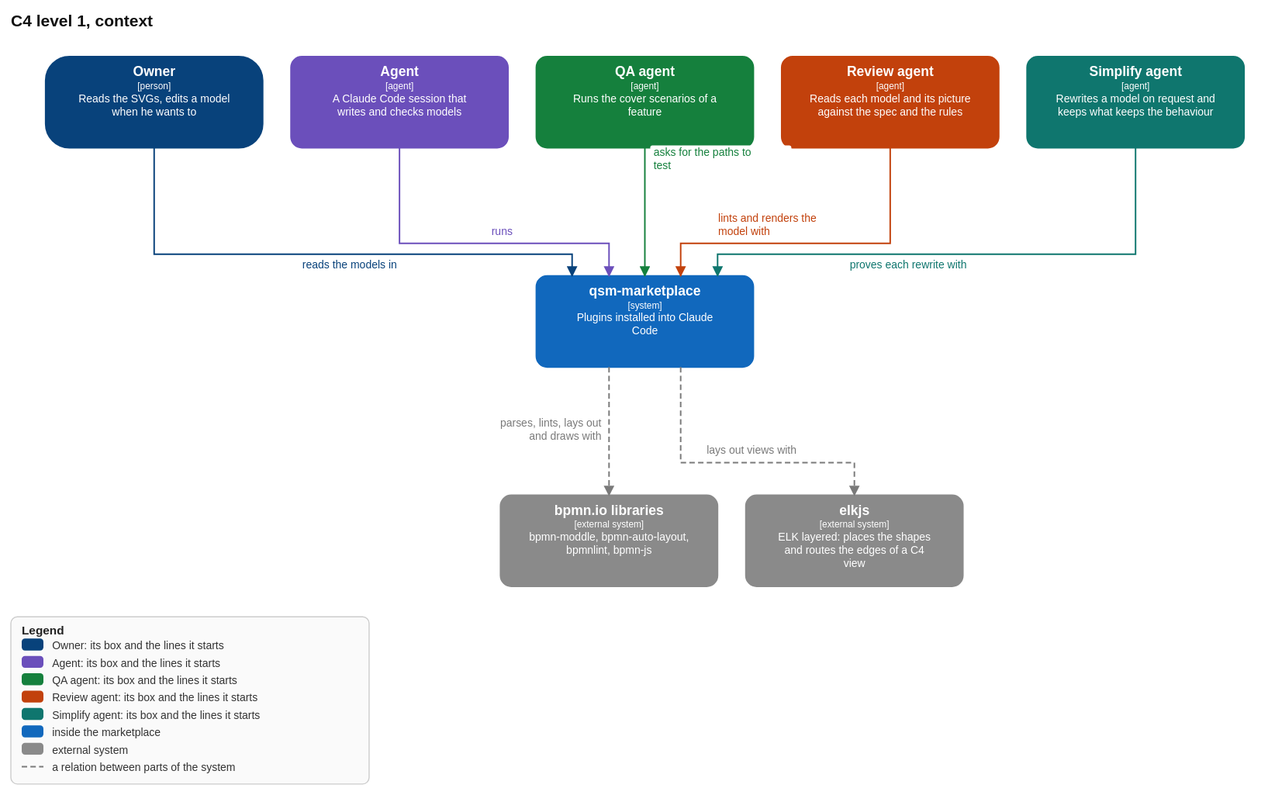
This is openspec/changes/strict-visual-models/models/qsm-models.context.drawio.svg from qsmark-labs/qsm-marketplace, a draw.io export, as it was before one commit. Source tidied: cells renumbered, new cells last; positions are measured from the earlier drawing's top-left corner, leaving out a move shared by most shapes.
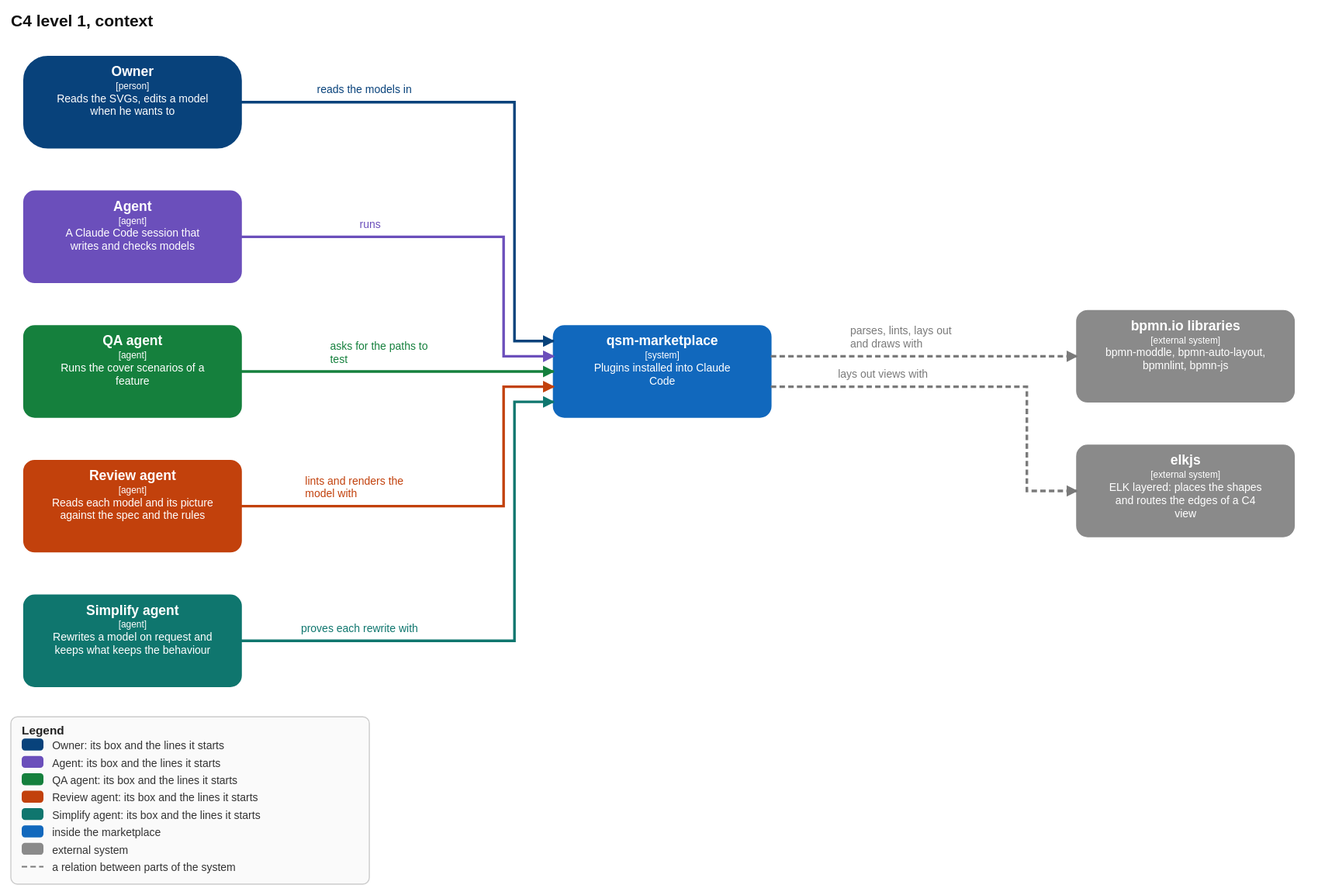
Later version of the same file.

Diff of the diagram source:
```diff
@@ -4,100 +4,100 @@
     <mxCell id="1" parent="0" />
     <object id="2" label="&lt;b&gt;%c4Name%&lt;/b&gt;&lt;div&gt;[%c4Type%%c4TechnologySep%%c4Technology%]&lt;/div&gt;&lt;div style=&quot;font-size:11px&quot;&gt;%c4Description%&lt;/div&gt;" c4Colour="navy" c4Description="Reads the SVGs, edits a model when he wants to" c4Id="owner" c4Name="Owner" c4Tags="" c4Technology="" c4TechnologySep="" c4Type="Person" placeholders="1">
       <mxCell style="rounded=1;whiteSpace=wrap;html=1;arcSize=26;fillColor=#08427b;strokeColor=#08427b;fontColor=#ffffff;" parent="1" vertex="1">
-        <mxGeometry width="200" height="84" as="geometry" />
+        <mxGeometry x="-20" width="200" height="84" as="geometry" />
       </mxCell>
     </object>
     <object id="3" label="&lt;b&gt;%c4Name%&lt;/b&gt;&lt;div&gt;[%c4Type%%c4TechnologySep%%c4Technology%]&lt;/div&gt;&lt;div style=&quot;font-size:11px&quot;&gt;%c4Description%&lt;/div&gt;" c4Colour="purple" c4Description="A Claude Code session that writes and checks models" c4Id="agent" c4Name="Agent" c4Tags="agent" c4Technology="" c4TechnologySep="" c4Type="Software System" placeholders="1">
       <mxCell style="rounded=1;whiteSpace=wrap;html=1;arcSize=10;fillColor=#6b4fbb;strokeColor=#6b4fbb;fontColor=#ffffff;" parent="1" vertex="1">
-        <mxGeometry x="226" width="200" height="84" as="geometry" />
+        <mxGeometry x="-20" y="124" width="200" height="84" as="geometry" />
       </mxCell>
     </object>
     <object id="4" label="&lt;b&gt;%c4Name%&lt;/b&gt;&lt;div&gt;[%c4Type%%c4TechnologySep%%c4Technology%]&lt;/div&gt;&lt;div style=&quot;font-size:11px&quot;&gt;%c4Description%&lt;/div&gt;" c4Colour="green" c4Description="Runs the cover scenarios of a feature" c4Id="qa" c4Name="QA agent" c4Tags="agent" c4Technology="" c4TechnologySep="" c4Type="Software System" placeholders="1">
       <mxCell style="rounded=1;whiteSpace=wrap;html=1;arcSize=10;fillColor=#15803d;strokeColor=#15803d;fontColor=#ffffff;" parent="1" vertex="1">
-        <mxGeometry x="452" width="200" height="84" as="geometry" />
+        <mxGeometry x="-20" y="248" width="200" height="84" as="geometry" />
       </mxCell>
     </object>
     <object id="5" label="&lt;b&gt;%c4Name%&lt;/b&gt;&lt;div&gt;[%c4Type%%c4TechnologySep%%c4Technology%]&lt;/div&gt;&lt;div style=&quot;font-size:11px&quot;&gt;%c4Description%&lt;/div&gt;" c4Colour="orange" c4Description="Reads each model and its picture against the spec and the rules" c4Id="reviewer" c4Name="Review agent" c4Tags="agent" c4Technology="" c4TechnologySep="" c4Type="Software System" placeholders="1">
       <mxCell style="rounded=1;whiteSpace=wrap;html=1;arcSize=10;fillColor=#c2410c;strokeColor=#c2410c;fontColor=#ffffff;" parent="1" vertex="1">
-        <mxGeometry x="678" width="200" height="84" as="geometry" />
+        <mxGeometry x="-20" y="372" width="200" height="84" as="geometry" />
       </mxCell>
     </object>
     <object id="6" label="&lt;b&gt;%c4Name%&lt;/b&gt;&lt;div&gt;[%c4Type%%c4TechnologySep%%c4Technology%]&lt;/div&gt;&lt;div style=&quot;font-size:11px&quot;&gt;%c4Description%&lt;/div&gt;" c4Colour="teal" c4Description="Rewrites a model on request and keeps what keeps the behaviour" c4Id="simplifier" c4Name="Simplify agent" c4Tags="agent" c4Technology="" c4TechnologySep="" c4Type="Software System" placeholders="1">
       <mxCell style="rounded=1;whiteSpace=wrap;html=1;arcSize=10;fillColor=#0f766e;strokeColor=#0f766e;fontColor=#ffffff;" parent="1" vertex="1">
-        <mxGeometry x="904" width="200" height="84" as="geometry" />
+        <mxGeometry x="-20" y="496" width="200" height="84" as="geometry" />
       </mxCell>
     </object>
     <object id="7" label="&lt;b&gt;%c4Name%&lt;/b&gt;&lt;div&gt;[%c4Type%%c4TechnologySep%%c4Technology%]&lt;/div&gt;&lt;div style=&quot;font-size:11px&quot;&gt;%c4Description%&lt;/div&gt;" c4Description="ELK layered: places the shapes and routes the edges of a C4 view" c4Id="elk" c4Name="elkjs" c4Tags="external" c4Technology="" c4TechnologySep="" c4Type="Software System" placeholders="1">
       <mxCell style="rounded=1;whiteSpace=wrap;html=1;arcSize=10;fillColor=#8a8a8a;strokeColor=#8a8a8a;fontColor=#ffffff;" parent="1" vertex="1">
-        <mxGeometry x="645" y="404" width="200" height="84" as="geometry" />
+        <mxGeometry x="949.3" y="358" width="200" height="84" as="geometry" />
       </mxCell>
     </object>
     <object id="8" label="&lt;b&gt;%c4Name%&lt;/b&gt;&lt;div&gt;[%c4Type%%c4TechnologySep%%c4Technology%]&lt;/div&gt;&lt;div style=&quot;font-size:11px&quot;&gt;%c4Description%&lt;/div&gt;" c4Description="bpmn-moddle, bpmn-auto-layout, bpmnlint, bpmn-js" c4Id="bpmnio" c4Name="bpmn.io libraries" c4Tags="external" c4Technology="" c4TechnologySep="" c4Type="Software System" placeholders="1">
       <mxCell style="rounded=1;whiteSpace=wrap;html=1;arcSize=10;fillColor=#8a8a8a;strokeColor=#8a8a8a;fontColor=#ffffff;" parent="1" vertex="1">
-        <mxGeometry x="419" y="404" width="200" height="84" as="geometry" />
+        <mxGeometry x="949.3" y="234" width="200" height="84" as="geometry" />
       </mxCell>
     </object>
     <object id="9" label="&lt;b&gt;%c4Name%&lt;/b&gt;&lt;div&gt;[%c4Type%%c4TechnologySep%%c4Technology%]&lt;/div&gt;&lt;div style=&quot;font-size:11px&quot;&gt;%c4Description%&lt;/div&gt;" c4Description="Plugins installed into Claude Code" c4Id="mp" c4Name="qsm-marketplace" c4Tags="" c4Technology="" c4TechnologySep="" c4Type="Software System" placeholders="1">
       <mxCell style="rounded=1;whiteSpace=wrap;html=1;arcSize=10;fillColor=#1168bd;strokeColor=#1168bd;fontColor=#ffffff;" parent="1" vertex="1">
-        <mxGeometry x="452" y="202" width="200" height="84" as="geometry" />
+        <mxGeometry x="467.6" y="248" width="200" height="84" as="geometry" />
       </mxCell>
     </object>
     <object id="10" label="%c4Description%" c4Description="runs" c4Type="Relationship" placeholders="1">
-      <mxCell style="edgeStyle=orthogonalEdgeStyle;rounded=1;endArrow=blockThin;endFill=1;html=1;fontSize=10;strokeColor=#6b4fbb;fontColor=#6b4fbb;strokeWidth=1.4;" parent="1" edge="1" source="3" target="9">
+      <mxCell style="edgeStyle=orthogonalEdgeStyle;rounded=1;endArrow=blockThin;endFill=1;html=1;fontSize=10;strokeColor=#6b4fbb;fontColor=#6b4fbb;strokeWidth=2.4;" parent="1" edge="1" source="3" target="9">
         <mxGeometry relative="1" as="geometry">
           <Array as="points">
-            <mxPoint x="326" y="172" />
-            <mxPoint x="519" y="172" />
+            <mxPoint x="421.6" y="166" />
+            <mxPoint x="421.6" y="276" />
           </Array>
         </mxGeometry>
       </mxCell>
     </object>
     <object id="11" label="%c4Description%" c4Description="asks for the paths to test" c4Type="Relationship" placeholders="1">
-      <mxCell style="edgeStyle=orthogonalEdgeStyle;rounded=1;endArrow=blockThin;endFill=1;html=1;fontSize=10;strokeColor=#15803d;fontColor=#15803d;strokeWidth=1.4;" parent="1" edge="1" source="4" target="9">
+      <mxCell style="edgeStyle=orthogonalEdgeStyle;rounded=1;endArrow=blockThin;endFill=1;html=1;fontSize=10;strokeColor=#15803d;fontColor=#15803d;strokeWidth=2.4;" parent="1" edge="1" source="4" target="9">
         <mxGeometry relative="1" as="geometry" />
       </mxCell>
     </object>
     <object id="12" label="%c4Description%" c4Description="lints and renders the model with" c4Type="Relationship" placeholders="1">
-      <mxCell style="edgeStyle=orthogonalEdgeStyle;rounded=1;endArrow=blockThin;endFill=1;html=1;fontSize=10;strokeColor=#c2410c;fontColor=#c2410c;strokeWidth=1.4;" parent="1" edge="1" source="5" target="9">
+      <mxCell style="edgeStyle=orthogonalEdgeStyle;rounded=1;endArrow=blockThin;endFill=1;html=1;fontSize=10;strokeColor=#c2410c;fontColor=#c2410c;strokeWidth=2.4;" parent="1" edge="1" source="5" target="9">
         <mxGeometry relative="1" as="geometry">
           <Array as="points">
-            <mxPoint x="778" y="172" />
-            <mxPoint x="585" y="172" />
+            <mxPoint x="421.6" y="414" />
+            <mxPoint x="421.6" y="304" />
           </Array>
         </mxGeometry>
       </mxCell>
     </object>
     <object id="13" label="%c4Description%" c4Description="proves each rewrite with" c4Type="Relationship" placeholders="1">
-      <mxCell style="edgeStyle=orthogonalEdgeStyle;rounded=1;endArrow=blockThin;endFill=1;html=1;fontSize=10;strokeColor=#0f766e;fontColor=#0f766e;strokeWidth=1.4;" parent="1" edge="1" source="6" target="9">
+      <mxCell style="edgeStyle=orthogonalEdgeStyle;rounded=1;endArrow=blockThin;endFill=1;html=1;fontSize=10;strokeColor=#0f766e;fontColor=#0f766e;strokeWidth=2.4;" parent="1" edge="1" source="6" target="9">
         <mxGeometry relative="1" as="geometry">
           <Array as="points">
-            <mxPoint x="1004" y="182" />
-            <mxPoint x="619" y="182" />
+            <mxPoint x="431.6" y="538" />
+            <mxPoint x="431.6" y="318" />
           </Array>
         </mxGeometry>
       </mxCell>
     </object>
     <object id="14" label="%c4Description%" c4Description="reads the models in" c4Type="Relationship" placeholders="1">
-      <mxCell style="edgeStyle=orthogonalEdgeStyle;rounded=1;endArrow=blockThin;endFill=1;html=1;fontSize=10;strokeColor=#08427b;fontColor=#08427b;strokeWidth=1.4;" parent="1" edge="1" source="2" target="9">
+      <mxCell style="edgeStyle=orthogonalEdgeStyle;rounded=1;endArrow=blockThin;endFill=1;html=1;fontSize=10;strokeColor=#08427b;fontColor=#08427b;strokeWidth=2.4;" parent="1" edge="1" source="2" target="9">
         <mxGeometry relative="1" as="geometry">
           <Array as="points">
-            <mxPoint x="100" y="182" />
-            <mxPoint x="485" y="182" />
+            <mxPoint x="431.6" y="42" />
+            <mxPoint x="431.6" y="262" />
           </Array>
         </mxGeometry>
       </mxCell>
     </object>
     <object id="15" label="%c4Description%" c4Description="parses, lints, lays out and draws with" c4Type="Relationship" placeholders="1">
-      <mxCell style="edgeStyle=orthogonalEdgeStyle;rounded=1;endArrow=blockThin;endFill=1;html=1;fontSize=10;strokeColor=#7a7a7a;fontColor=#7a7a7a;strokeWidth=1.4;dashed=1;" parent="1" edge="1" source="9" target="8">
+      <mxCell style="edgeStyle=orthogonalEdgeStyle;rounded=1;endArrow=blockThin;endFill=1;html=1;fontSize=10;strokeColor=#7a7a7a;fontColor=#7a7a7a;strokeWidth=2.4;dashed=1;" parent="1" edge="1" source="9" target="8">
         <mxGeometry relative="1" as="geometry" />
       </mxCell>
     </object>
     <object id="16" label="%c4Description%" c4Description="lays out views with" c4Type="Relationship" placeholders="1">
-      <mxCell style="edgeStyle=orthogonalEdgeStyle;rounded=1;endArrow=blockThin;endFill=1;html=1;fontSize=10;strokeColor=#7a7a7a;fontColor=#7a7a7a;strokeWidth=1.4;dashed=1;" parent="1" edge="1" source="9" target="7">
+      <mxCell style="edgeStyle=orthogonalEdgeStyle;rounded=1;endArrow=blockThin;endFill=1;html=1;fontSize=10;strokeColor=#7a7a7a;fontColor=#7a7a7a;strokeWidth=2.4;dashed=1;" parent="1" edge="1" source="9" target="7">
         <mxGeometry relative="1" as="geometry">
           <Array as="points">
-            <mxPoint x="585" y="374" />
-            <mxPoint x="745" y="374" />
+            <mxPoint x="903.3" y="304" />
+            <mxPoint x="903.3" y="400" />
           </Array>
         </mxGeometry>
       </mxCell>
```
